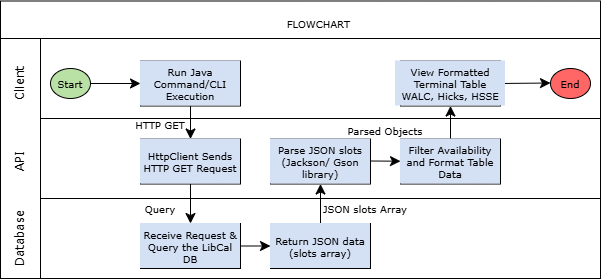
This is System_Diagram.drawio.png from AaliyaJomy/LibCal-CS193, a draw.io export, as it was before one commit. Source tidied: cells renumbered, new cells last; positions are measured from the earlier drawing's top-left corner, leaving out a move shared by most shapes.
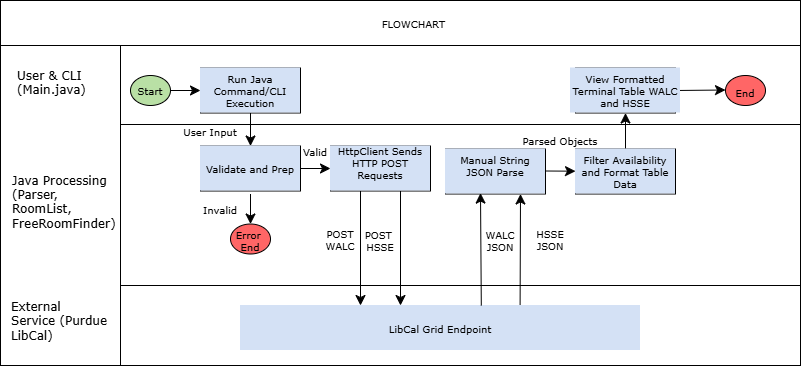
After the change.

The edit, as a diff of the source:
```diff
@@ -3,40 +3,37 @@
     <mxCell id="0" />
     <mxCell id="1" parent="0" />
     <mxCell id="2" style="rounded=0;whiteSpace=wrap;html=1;" parent="1" vertex="1">
-      <mxGeometry x="50" y="38" width="560" height="240" as="geometry" />
+      <mxGeometry x="50" y="38" width="680" height="320" as="geometry" />
     </mxCell>
     <mxCell id="3" style="rounded=0;whiteSpace=wrap;html=1;" parent="1" vertex="1">
-      <mxGeometry x="50" y="118" width="560" height="80" as="geometry" />
+      <mxGeometry x="50" y="117" width="680" height="161" as="geometry" />
     </mxCell>
     <mxCell id="4" style="rounded=0;whiteSpace=wrap;html=1;" parent="1" vertex="1">
-      <mxGeometry x="10" y="38" width="40" height="240" as="geometry" />
+      <mxGeometry x="-70" y="38" width="120" height="320" as="geometry" />
     </mxCell>
-    <mxCell id="5" value="Client" style="text;html=1;whiteSpace=wrap;strokeColor=none;fillColor=none;align=center;verticalAlign=middle;rounded=0;fontSize=12;rotation=-90;fontFamily=Verdana;" parent="1" vertex="1">
-      <mxGeometry y="68" width="60" height="30" as="geometry" />
+    <mxCell id="5" value="&#10;User &amp;amp; CLI (Main.java)&#10;&#10;" style="text;html=1;whiteSpace=wrap;strokeColor=none;fillColor=none;align=left;verticalAlign=middle;rounded=0;fontSize=12;rotation=0;fontFamily=Verdana;" parent="1" vertex="1">
+      <mxGeometry x="-55" y="68" width="60" height="30" as="geometry" />
     </mxCell>
-    <mxCell id="6" value="API" style="text;html=1;whiteSpace=wrap;strokeColor=none;fillColor=none;align=center;verticalAlign=middle;rounded=0;fontSize=12;rotation=-90;fontFamily=Verdana;" parent="1" vertex="1">
-      <mxGeometry y="146" width="60" height="30" as="geometry" />
+    <mxCell id="6" value="&#10;Java Processing (Parser, RoomList, FreeRoomFinder)&#10;&#10;" style="text;html=1;whiteSpace=wrap;strokeColor=none;fillColor=none;align=left;verticalAlign=middle;rounded=0;fontSize=12;rotation=0;fontFamily=Verdana;" parent="1" vertex="1">
+      <mxGeometry x="-60" y="155" width="100" height="93" as="geometry" />
     </mxCell>
-    <mxCell id="7" value="Database" style="text;html=1;whiteSpace=wrap;strokeColor=none;fillColor=none;align=center;verticalAlign=middle;rounded=0;fontSize=12;rotation=-90;fontFamily=Verdana;" parent="1" vertex="1">
-      <mxGeometry y="223" width="60" height="30" as="geometry" />
+    <mxCell id="7" value="&#10;External Service (Purdue LibCal)&#10;&#10;" style="text;html=1;whiteSpace=wrap;strokeColor=none;fillColor=none;align=left;verticalAlign=middle;rounded=0;fontSize=12;rotation=0;fontFamily=Verdana;" parent="1" vertex="1">
+      <mxGeometry x="-61" y="280.5" width="100" height="80" as="geometry" />
     </mxCell>
     <mxCell id="8" style="rounded=0;whiteSpace=wrap;html=1;" parent="1" vertex="1">
-      <mxGeometry x="150" y="60.5" width="100" height="45" as="geometry" />
+      <mxGeometry x="130" y="60.5" width="100" height="45" as="geometry" />
     </mxCell>
     <mxCell id="9" style="rounded=0;whiteSpace=wrap;html=1;" parent="1" vertex="1">
-      <mxGeometry x="150" y="138.5" width="100" height="45" as="geometry" />
+      <mxGeometry x="130" y="138.5" width="100" height="45" as="geometry" />
     </mxCell>
-    <mxCell id="10" style="rounded=0;whiteSpace=wrap;html=1;" parent="1" vertex="1">
-      <mxGeometry x="150" y="223" width="100" height="45" as="geometry" />
-    </mxCell>
     <mxCell id="11" style="rounded=0;whiteSpace=wrap;html=1;" parent="1" vertex="1">
-      <mxGeometry x="280" y="138.5" width="100" height="45" as="geometry" />
+      <mxGeometry x="375" y="141.5" width="100" height="45" as="geometry" />
     </mxCell>
     <mxCell id="12" style="rounded=0;whiteSpace=wrap;html=1;" parent="1" vertex="1">
-      <mxGeometry x="410" y="138.5" width="100" height="45" as="geometry" />
+      <mxGeometry x="505" y="141.5" width="100" height="45" as="geometry" />
     </mxCell>
     <mxCell id="13" style="rounded=0;whiteSpace=wrap;html=1;" parent="1" vertex="1">
-      <mxGeometry x="410" y="60.5" width="100" height="45" as="geometry" />
+      <mxGeometry x="505" y="60.5" width="100" height="45" as="geometry" />
     </mxCell>
     <mxCell id="14" style="endArrow=classic;html=1;rounded=0;fontSize=12;defaultLabelBackgroundColor=page;startSize=8;endSize=8;curved=1;entryX=0;entryY=0.5;entryDx=0;entryDy=0;exitX=1;exitY=0.5;exitDx=0;exitDy=0;" parent="1" edge="1" target="8">
       <mxGeometry relative="1" as="geometry">
@@ -45,82 +42,118 @@
     </mxCell>
     <mxCell id="15" style="endArrow=classic;html=1;rounded=0;fontSize=12;defaultLabelBackgroundColor=page;startSize=8;endSize=8;curved=1;entryX=0;entryY=0.5;entryDx=0;entryDy=0;exitX=1;exitY=0.5;exitDx=0;exitDy=0;" parent="1" edge="1" source="13">
       <mxGeometry relative="1" as="geometry">
-        <mxPoint x="560" y="82.5" as="targetPoint" />
+        <mxPoint x="655" y="82.5" as="targetPoint" />
       </mxGeometry>
     </mxCell>
     <mxCell id="16" style="endArrow=classic;html=1;rounded=0;fontSize=12;defaultLabelBackgroundColor=page;startSize=8;endSize=8;curved=1;exitX=0.5;exitY=1;exitDx=0;exitDy=0;" parent="1" edge="1" source="8" target="9">
       <mxGeometry relative="1" as="geometry" />
     </mxCell>
-    <mxCell id="17" style="endArrow=classic;html=1;rounded=0;fontSize=12;defaultLabelBackgroundColor=page;startSize=8;endSize=8;curved=1;entryX=0.5;entryY=0;entryDx=0;entryDy=0;" parent="1" edge="1" source="9" target="10">
-      <mxGeometry relative="1" as="geometry" />
+    <mxCell id="17" style="endArrow=classic;html=1;rounded=0;fontSize=12;defaultLabelBackgroundColor=page;startSize=8;endSize=8;curved=1;entryX=0.5;entryY=0;entryDx=0;entryDy=0;" parent="1" edge="1">
+      <mxGeometry relative="1" as="geometry">
+        <mxPoint x="290" y="183.5" as="sourcePoint" />
+        <mxPoint x="290" y="298" as="targetPoint" />
+      </mxGeometry>
     </mxCell>
-    <mxCell id="18" style="endArrow=classic;html=1;rounded=0;fontSize=12;defaultLabelBackgroundColor=page;startSize=8;endSize=8;curved=1;exitX=1;exitY=0.5;exitDx=0;exitDy=0;entryX=0;entryY=0.5;entryDx=0;entryDy=0;" parent="1" edge="1" source="10" target="22">
-      <mxGeometry relative="1" as="geometry" />
-    </mxCell>
     <mxCell id="19" style="endArrow=classic;html=1;rounded=0;fontSize=12;defaultLabelBackgroundColor=page;startSize=8;endSize=8;curved=1;exitX=1;exitY=0.5;exitDx=0;exitDy=0;" parent="1" edge="1" target="12">
       <mxGeometry relative="1" as="geometry">
-        <mxPoint x="380" y="160.5" as="sourcePoint" />
+        <mxPoint x="475" y="163.5" as="sourcePoint" />
       </mxGeometry>
     </mxCell>
     <mxCell id="20" style="endArrow=classic;html=1;rounded=0;fontSize=12;defaultLabelBackgroundColor=page;startSize=8;endSize=8;curved=1;exitX=0.5;exitY=0;exitDx=0;exitDy=0;entryX=0.5;entryY=1;entryDx=0;entryDy=0;" parent="1" edge="1" source="12" target="13">
       <mxGeometry relative="1" as="geometry" />
     </mxCell>
-    <mxCell id="21" style="edgeStyle=none;curved=1;rounded=0;curveGeometry=1;jettySize=auto;html=1;fontSize=12;defaultLabelBackgroundColor=page;startSize=8;endSize=8;" parent="1" edge="1" source="22" target="11">
+    <mxCell id="21" style="edgeStyle=none;curved=1;rounded=0;curveGeometry=1;jettySize=auto;html=1;fontSize=12;defaultLabelBackgroundColor=page;startSize=8;endSize=8;exitX=0.699;exitY=-0.02;exitDx=0;exitDy=0;entryX=0.75;entryY=1;entryDx=0;entryDy=0;exitPerimeter=0;" parent="1" edge="1" source="28" target="26">
       <mxGeometry relative="1" as="geometry" />
     </mxCell>
-    <mxCell id="22" style="rounded=0;whiteSpace=wrap;html=1;" parent="1" vertex="1">
-      <mxGeometry x="280" y="223" width="100" height="45" as="geometry" />
-    </mxCell>
     <mxCell id="23" value="Run Java Command/CLI Execution" style="text;html=1;whiteSpace=wrap;strokeColor=none;fillColor=#D4E1F5;align=center;verticalAlign=middle;rounded=0;fontSize=10;rotation=0;fontFamily=Verdana;" parent="1" vertex="1">
-      <mxGeometry x="150" y="60.5" width="100" height="45" as="geometry" />
+      <mxGeometry x="130" y="60.5" width="100" height="45" as="geometry" />
     </mxCell>
-    <mxCell id="24" value="View Formatted Terminal Table WALC, Hicks, HSSE" style="text;html=1;whiteSpace=wrap;strokeColor=none;fillColor=#D4E1F5;align=center;verticalAlign=middle;rounded=0;fontSize=10;rotation=0;fontFamily=Verdana;" parent="1" vertex="1">
-      <mxGeometry x="405" y="60.5" width="110" height="45" as="geometry" />
+    <mxCell id="24" value="View Formatted Terminal Table WALC and HSSE" style="text;html=1;whiteSpace=wrap;strokeColor=none;fillColor=#D4E1F5;align=center;verticalAlign=middle;rounded=0;fontSize=10;rotation=0;fontFamily=Verdana;" parent="1" vertex="1">
+      <mxGeometry x="500" y="60.5" width="110" height="45" as="geometry" />
     </mxCell>
-    <mxCell id="25" value="HttpClient Sends HTTP GET Request" style="text;html=1;whiteSpace=wrap;strokeColor=none;fillColor=#D4E1F5;align=center;verticalAlign=middle;rounded=0;fontSize=10;rotation=0;fontFamily=Verdana;" parent="1" vertex="1">
-      <mxGeometry x="150" y="138.5" width="100" height="45" as="geometry" />
-    </mxCell>
-    <mxCell id="26" value="Parse JSON slots (Jackson/ Gson library)" style="text;html=1;whiteSpace=wrap;strokeColor=none;fillColor=#D4E1F5;align=center;verticalAlign=middle;rounded=0;fontSize=10;rotation=0;fontFamily=Verdana;" parent="1" vertex="1">
-      <mxGeometry x="280" y="138.5" width="100" height="45" as="geometry" />
+    <mxCell id="26" value="&#10;Manual String JSON Parse&#10;&#10;" style="text;html=1;whiteSpace=wrap;strokeColor=none;fillColor=#D4E1F5;align=center;verticalAlign=middle;rounded=0;fontSize=10;rotation=0;fontFamily=Verdana;" parent="1" vertex="1">
+      <mxGeometry x="375" y="141.5" width="100" height="45" as="geometry" />
     </mxCell>
     <mxCell id="27" value="Filter Availability and Format Table Data" style="text;html=1;whiteSpace=wrap;strokeColor=none;fillColor=#D4E1F5;align=center;verticalAlign=middle;rounded=0;fontSize=10;rotation=0;fontFamily=Verdana;" parent="1" vertex="1">
-      <mxGeometry x="410" y="138.5" width="100" height="45" as="geometry" />
+      <mxGeometry x="505" y="141.5" width="100" height="45" as="geometry" />
     </mxCell>
-    <mxCell id="28" value="Receive Request &amp;amp; Query the LibCal DB" style="text;html=1;whiteSpace=wrap;strokeColor=none;fillColor=#D4E1F5;align=center;verticalAlign=middle;rounded=0;fontSize=10;rotation=0;fontFamily=Verdana;" parent="1" vertex="1">
-      <mxGeometry x="150" y="223" width="100" height="45" as="geometry" />
+    <mxCell id="28" value="LibCal Grid Endpoint" style="text;html=1;whiteSpace=wrap;strokeColor=none;fillColor=#D4E1F5;align=center;verticalAlign=middle;rounded=0;fontSize=10;rotation=0;fontFamily=Verdana;" parent="1" vertex="1">
+      <mxGeometry x="170" y="298" width="400" height="45" as="geometry" />
     </mxCell>
-    <mxCell id="29" value="Return JSON data (slots array)" style="text;html=1;whiteSpace=wrap;strokeColor=none;fillColor=#D4E1F5;align=center;verticalAlign=middle;rounded=0;fontSize=10;rotation=0;fontFamily=Verdana;" parent="1" vertex="1">
-      <mxGeometry x="280" y="223" width="100" height="45" as="geometry" />
-    </mxCell>
     <mxCell id="30" style="ellipse;whiteSpace=wrap;html=1;shapeInside=1;fillColor=#B9E0A5;" parent="1" vertex="1">
       <mxGeometry x="60" y="68" width="40" height="30" as="geometry" />
     </mxCell>
     <mxCell id="31" style="ellipse;whiteSpace=wrap;html=1;shapeInside=1;fillColor=#FF6666;" parent="1" vertex="1">
-      <mxGeometry x="560" y="68" width="40" height="30" as="geometry" />
+      <mxGeometry x="655" y="68" width="40" height="30" as="geometry" />
     </mxCell>
     <mxCell id="32" value="Start" style="text;html=1;whiteSpace=wrap;strokeColor=none;fillColor=none;align=center;verticalAlign=middle;rounded=0;fontSize=10;rotation=0;fontFamily=Verdana;" parent="1" vertex="1">
       <mxGeometry x="50" y="68" width="60" height="30" as="geometry" />
     </mxCell>
     <mxCell id="33" value="End" style="text;html=1;whiteSpace=wrap;strokeColor=none;fillColor=none;align=center;verticalAlign=middle;rounded=0;fontSize=10;rotation=0;fontFamily=Verdana;" parent="1" vertex="1">
-      <mxGeometry x="550" y="68" width="60" height="30" as="geometry" />
+      <mxGeometry x="645" y="70" width="60" height="30" as="geometry" />
     </mxCell>
     <mxCell id="34" style="rounded=0;whiteSpace=wrap;html=1;" parent="1" vertex="1">
-      <mxGeometry x="10" y="0.5" width="600" height="37.5" as="geometry" />
+      <mxGeometry x="-70" y="-7" width="800" height="45" as="geometry" />
     </mxCell>
     <mxCell id="35" value="FLOWCHART&amp;nbsp;" style="text;html=1;whiteSpace=wrap;strokeColor=none;fillColor=none;align=center;verticalAlign=middle;rounded=0;fontSize=10;rotation=0;fontFamily=Verdana;" parent="1" vertex="1">
-      <mxGeometry x="300" y="8" width="60" height="30" as="geometry" />
+      <mxGeometry x="315" y="0.5" width="60" height="30" as="geometry" />
     </mxCell>
-    <mxCell id="36" value="HTTP GET" style="text;html=1;whiteSpace=wrap;strokeColor=none;fillColor=none;align=center;verticalAlign=middle;rounded=0;fontSize=10;rotation=0;fontFamily=Verdana;" parent="1" vertex="1">
-      <mxGeometry x="140" y="108.5" width="60" height="30" as="geometry" />
+    <mxCell id="36" value="User Input" style="text;html=1;whiteSpace=wrap;strokeColor=none;fillColor=none;align=center;verticalAlign=middle;rounded=0;fontSize=10;rotation=0;fontFamily=Verdana;" parent="1" vertex="1">
+      <mxGeometry x="110" y="108.5" width="60" height="30" as="geometry" />
     </mxCell>
-    <mxCell id="37" value="Query" style="text;html=1;whiteSpace=wrap;strokeColor=none;fillColor=none;align=center;verticalAlign=middle;rounded=0;fontSize=10;rotation=0;fontFamily=Verdana;" parent="1" vertex="1">
-      <mxGeometry x="140" y="193" width="60" height="30" as="geometry" />
+    <mxCell id="37" value="Valid" style="text;html=1;whiteSpace=wrap;strokeColor=none;fillColor=none;align=center;verticalAlign=middle;rounded=0;fontSize=10;rotation=0;fontFamily=Verdana;" parent="1" vertex="1">
+      <mxGeometry x="215" y="129" width="60" height="30" as="geometry" />
     </mxCell>
-    <mxCell id="38" value="JSON slots Array" style="text;html=1;whiteSpace=wrap;strokeColor=none;fillColor=none;align=center;verticalAlign=middle;rounded=0;fontSize=10;rotation=0;fontFamily=Verdana;" parent="1" vertex="1">
-      <mxGeometry x="330" y="193" width="90" height="30" as="geometry" />
-    </mxCell>
     <mxCell id="39" value="Parsed Objects" style="text;html=1;whiteSpace=wrap;strokeColor=none;fillColor=none;align=center;verticalAlign=middle;rounded=0;fontSize=10;rotation=0;fontFamily=Verdana;" parent="1" vertex="1">
-      <mxGeometry x="350" y="115" width="90" height="30" as="geometry" />
+      <mxGeometry x="445" y="118" width="90" height="30" as="geometry" />
     </mxCell>
+    <mxCell id="40" style="edgeStyle=none;curved=1;rounded=0;curveGeometry=1;orthogonalLoop=1;jettySize=auto;html=1;fontSize=12;defaultLabelBackgroundColor=page;startSize=8;endSize=8;exitX=0.677;exitY=0.02;exitDx=0;exitDy=0;entryX=0.25;entryY=1;entryDx=0;entryDy=0;exitPerimeter=0;" parent="1" edge="1">
+      <mxGeometry relative="1" as="geometry">
+        <mxPoint x="410.8" y="298" as="sourcePoint" />
+        <mxPoint x="410" y="185.6" as="targetPoint" />
+      </mxGeometry>
+    </mxCell>
+    <mxCell id="41" value="Validate and Prep" style="text;html=1;whiteSpace=wrap;strokeColor=none;fillColor=#D4E1F5;align=center;verticalAlign=middle;rounded=0;fontSize=10;rotation=0;fontFamily=Verdana;" parent="1" vertex="1">
+      <mxGeometry x="130" y="138.5" width="100" height="45" as="geometry" />
+    </mxCell>
+    <mxCell id="42" style="endArrow=classic;html=1;rounded=0;fontSize=12;defaultLabelBackgroundColor=page;startSize=8;endSize=8;curved=1;entryX=0.5;entryY=0;entryDx=0;entryDy=0;" parent="1" edge="1">
+      <mxGeometry relative="1" as="geometry">
+        <mxPoint x="330" y="183.5" as="sourcePoint" />
+        <mxPoint x="330" y="298" as="targetPoint" />
+      </mxGeometry>
+    </mxCell>
+    <mxCell id="43" style="rounded=0;whiteSpace=wrap;html=1;" parent="1" vertex="1">
+      <mxGeometry x="260" y="138.5" width="100" height="45" as="geometry" />
+    </mxCell>
+    <mxCell id="44" value="&#10;HttpClient Sends HTTP POST Requests&#10;&#10;" style="text;html=1;whiteSpace=wrap;strokeColor=none;fillColor=#D4E1F5;align=center;verticalAlign=middle;rounded=0;fontSize=10;rotation=0;fontFamily=Verdana;labelPosition=center;verticalLabelPosition=middle;" parent="1" vertex="1">
+      <mxGeometry x="260" y="138.5" width="100" height="45" as="geometry" />
+    </mxCell>
+    <mxCell id="45" style="endArrow=classic;html=1;rounded=0;fontSize=12;defaultLabelBackgroundColor=page;startSize=8;endSize=8;curved=1;entryX=0;entryY=0.5;entryDx=0;entryDy=0;exitX=1;exitY=0.5;exitDx=0;exitDy=0;" parent="1" edge="1" source="41" target="44">
+      <mxGeometry relative="1" as="geometry" />
+    </mxCell>
+    <mxCell id="46" value="Invalid" style="text;html=1;whiteSpace=wrap;strokeColor=none;fillColor=none;align=center;verticalAlign=middle;rounded=0;fontSize=10;rotation=0;fontFamily=Verdana;" parent="1" vertex="1">
+      <mxGeometry x="120" y="186.5" width="60" height="30" as="geometry" />
+    </mxCell>
+    <mxCell id="47" style="endArrow=classic;html=1;rounded=0;fontSize=12;defaultLabelBackgroundColor=page;startSize=8;endSize=8;curved=1;exitX=1;exitY=0;exitDx=0;exitDy=0;entryX=1;entryY=1;entryDx=0;entryDy=0;" parent="1" edge="1" source="46" target="46">
+      <mxGeometry relative="1" as="geometry" />
+    </mxCell>
+    <mxCell id="48" value="POST WALC" style="text;html=1;whiteSpace=wrap;strokeColor=none;fillColor=none;align=center;verticalAlign=middle;rounded=0;fontSize=10;rotation=0;fontFamily=Verdana;" parent="1" vertex="1">
+      <mxGeometry x="240" y="216.5" width="60" height="30" as="geometry" />
+    </mxCell>
+    <mxCell id="49" value="POST&amp;nbsp;&lt;div&gt;HSSE&lt;/div&gt;" style="text;html=1;whiteSpace=wrap;strokeColor=none;fillColor=none;align=center;verticalAlign=middle;rounded=0;fontSize=10;rotation=0;fontFamily=Verdana;" parent="1" vertex="1">
+      <mxGeometry x="280" y="218" width="60" height="30" as="geometry" />
+    </mxCell>
+    <mxCell id="50" value="WALC JSON" style="text;html=1;whiteSpace=wrap;strokeColor=none;fillColor=none;align=center;verticalAlign=middle;rounded=0;fontSize=10;rotation=0;fontFamily=Verdana;" parent="1" vertex="1">
+      <mxGeometry x="400" y="218" width="60" height="30" as="geometry" />
+    </mxCell>
+    <mxCell id="51" value="HSSE&lt;div&gt;JSON&lt;/div&gt;" style="text;html=1;whiteSpace=wrap;strokeColor=none;fillColor=none;align=center;verticalAlign=middle;rounded=0;fontSize=10;rotation=0;fontFamily=Verdana;" parent="1" vertex="1">
+      <mxGeometry x="450" y="217" width="60" height="30" as="geometry" />
+    </mxCell>
+    <mxCell id="52" style="ellipse;whiteSpace=wrap;html=1;shapeInside=1;fillColor=#FF6666;" parent="1" vertex="1">
+      <mxGeometry x="160" y="216.5" width="40" height="30" as="geometry" />
+    </mxCell>
+    <mxCell id="53" value="Error&amp;nbsp;&lt;div&gt;End&lt;/div&gt;" style="text;html=1;whiteSpace=wrap;strokeColor=none;fillColor=none;align=center;verticalAlign=middle;rounded=0;fontSize=10;rotation=0;fontFamily=Verdana;" parent="1" vertex="1">
+      <mxGeometry x="150" y="218" width="60" height="30" as="geometry" />
+    </mxCell>
   </root>
 </mxGraphModel>
```
